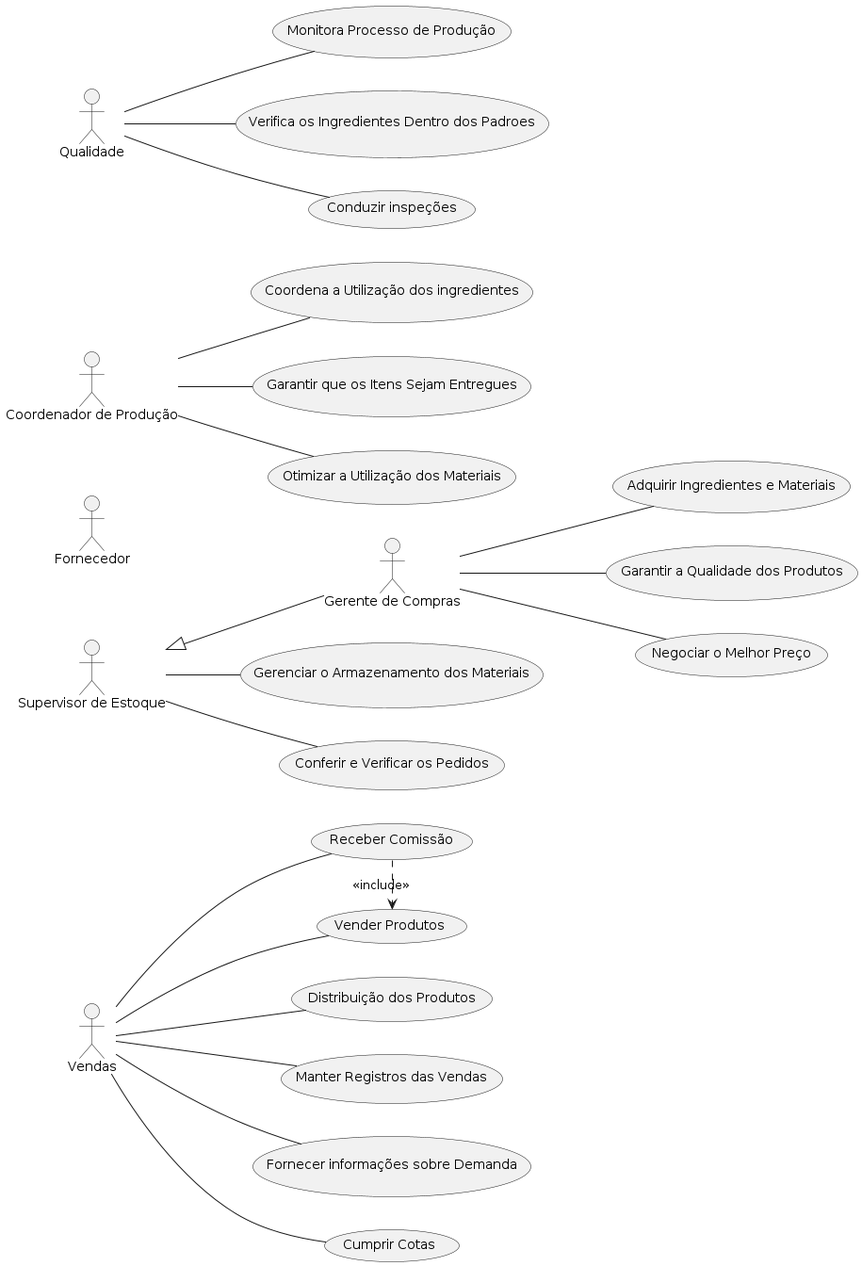
Above: Delicias.png in RafaeLuiz/Eng1 (PlantUML), before the change. The source it was exported from:
```plantuml
@startuml


left to right direction
actor "Gerente de Compras" as GC
actor "Supervisor de Estoque" as SE
actor Fornecedor as F
actor "Coordenador de Produção" as CP
actor Qualidade as Q
actor Vendas as V

usecase "Adquirir Ingredientes e Materiais" as UC1
usecase "Garantir a Qualidade dos Produtos" as UC2
usecase "Negociar o Melhor Preço" as UC3

usecase "Gerenciar o Armazenamento dos Materiais" as UC4
usecase "Conferir e Verificar os Pedidos" as UC5

usecase "Coordena a Utilização dos ingredientes" as UC6
usecase "Garantir que os Itens Sejam Entregues" as UC7
usecase "Otimizar a Utilização dos Materiais" as UC8

usecase "Monitora Processo de Produção" as UC9
usecase "Verifica os Ingredientes Dentro dos Padroes" as UC10
usecase "Conduzir inspeções" as UC11

usecase "Distribuição dos Produtos" as UC12
usecase "Manter Registros das Vendas" as UC13
usecase "Fornecer informações sobre Demanda" as UC14

usecase "Receber Comissão" as UC15
usecase "Cumprir Cotas" as UC16
usecase "Vender Produtos" as UC17

(UC15) .> (UC17) : <<include>>

GC -- UC1
GC -- UC2
GC -- UC3

SE -- UC4
SE -- UC5

CP -- UC6
CP -- UC7
CP -- UC8

Q -- UC9
Q -- UC10
Q -- UC11

V -- UC12
V -- UC13
V -- UC14
V -- UC15
V -- UC16
V -- UC17

SE <|-- GC





@enduml
```
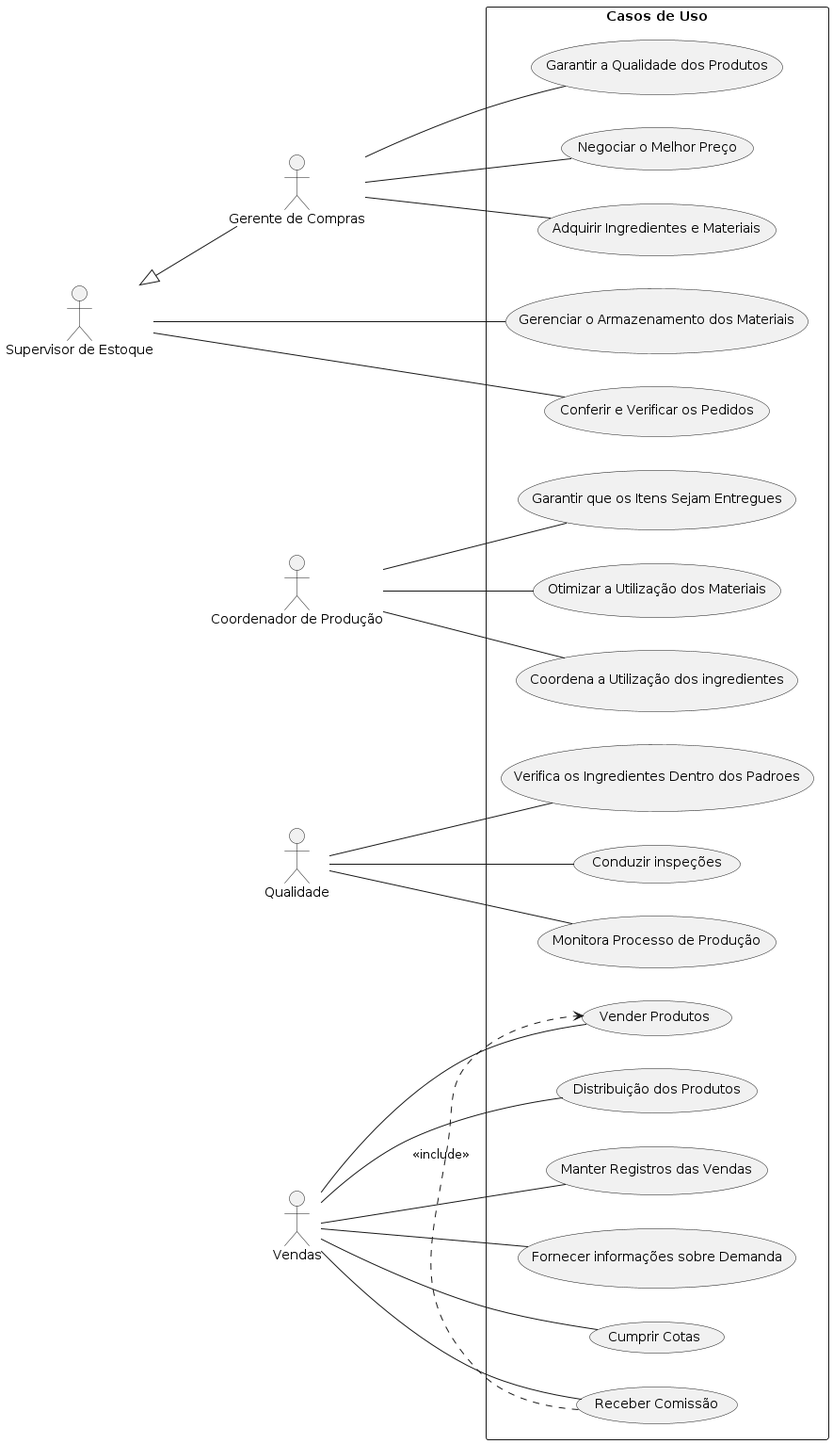
The same diagram one commit later.

What changed in the source:
```diff
@@ -4,11 +4,11 @@
 left to right direction
 actor "Gerente de Compras" as GC
 actor "Supervisor de Estoque" as SE
-actor Fornecedor as F
 actor "Coordenador de Produção" as CP
 actor Qualidade as Q
 actor Vendas as V
 
+rectangle "Casos de Uso"{
 usecase "Adquirir Ingredientes e Materiais" as UC1
 usecase "Garantir a Qualidade dos Produtos" as UC2
 usecase "Negociar o Melhor Preço" as UC3
@@ -31,6 +31,7 @@
 usecase "Receber Comissão" as UC15
 usecase "Cumprir Cotas" as UC16
 usecase "Vender Produtos" as UC17
+}
 
 (UC15) .> (UC17) : <<include>>
 
```
